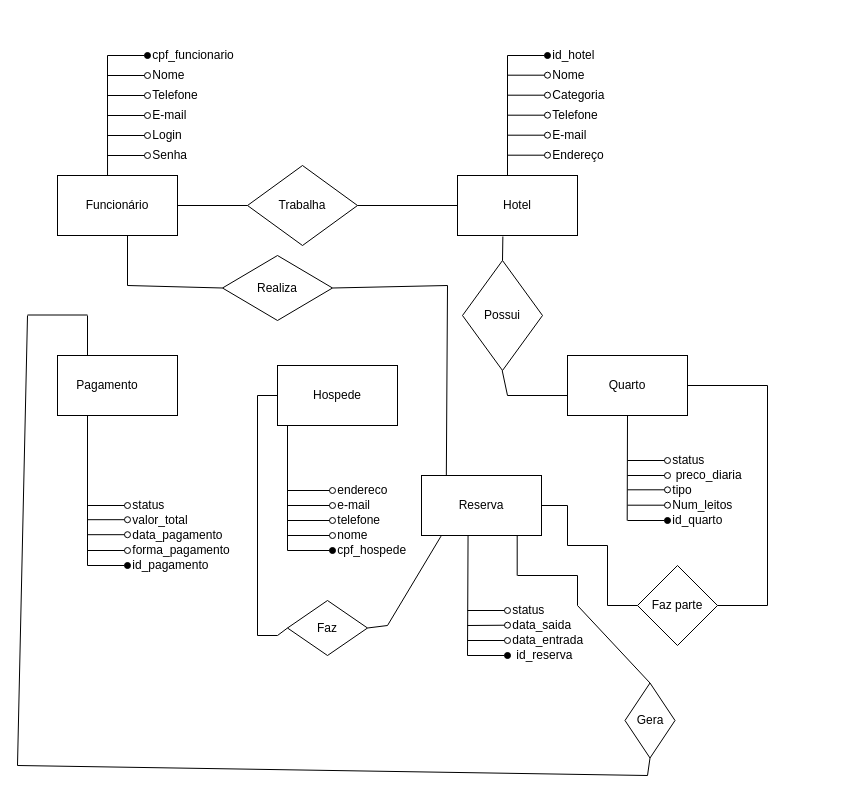
Above: trabalho_banco_de_dados.drawio in Daniells1/uninter_banco_de_dados (draw.io), before the change. Source tidied: cells renumbered, new cells numbered last; positions are measured from the earlier drawing's top-left corner, leaving out a move shared by most shapes. Both pictures are drawn from the tidied source at 100%, with x=0, y=0 at pixel (17, 40).
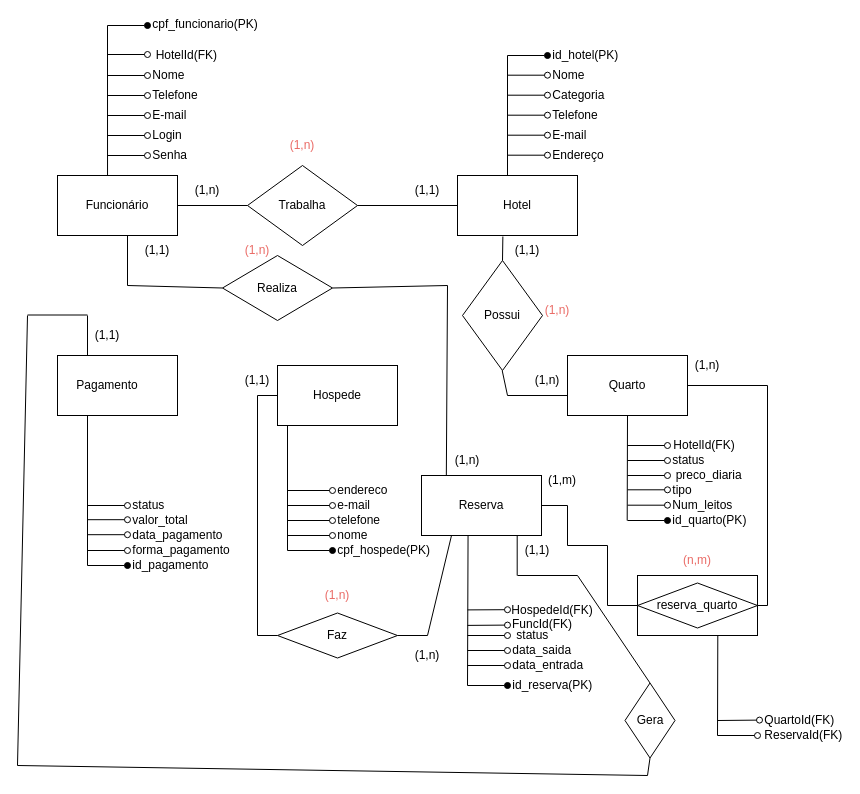
The same diagram, later.

Unchanged cells that the change refers to:
```xml
<mxCell id="2" style="rounded=0;whiteSpace=wrap;html=1;" parent="1" vertex="1">
  <mxGeometry x="40" y="135" width="120" height="60" as="geometry" />
</mxCell>
<mxCell id="40" style="rounded=0;whiteSpace=wrap;html=1;" parent="1" vertex="1">
  <mxGeometry x="404" y="435" width="120" height="60" as="geometry" />
</mxCell>
<mxCell id="113" style="rhombus;whiteSpace=wrap;html=1;rotation=-90;direction=south;" parent="1" vertex="1">
  <mxGeometry x="595" y="655" width="75" height="50" as="geometry" />
</mxCell>
```

The edit, as a diff of the source:
```diff
@@
-    <mxCell id="4" style="endArrow=oval;html=1;rounded=0;endFill=1;align=center;" parent="1" edge="1" target="9">
+    <mxCell id="4" style="endArrow=oval;html=1;rounded=0;endFill=1;align=center;" parent="1" edge="1">
       <mxGeometry relative="1" as="geometry">
-        <mxPoint x="90" y="15" as="sourcePoint" />
+        <mxPoint x="90" y="-15" as="sourcePoint" />
+        <mxPoint x="130" y="-15" as="targetPoint" />
       </mxGeometry>
     </mxCell>
@@
-    <mxCell id="9" value="&amp;nbsp;cpf_funcionario" style="text;html=1;align=left;verticalAlign=middle;whiteSpace=wrap;rounded=0;" parent="1" vertex="1">
-      <mxGeometry x="130" width="110" height="30" as="geometry" />
+    <mxCell id="9" value="&amp;nbsp;cpf_funcionario(PK)" style="text;html=1;align=left;verticalAlign=middle;whiteSpace=wrap;rounded=0;" parent="1" vertex="1">
+      <mxGeometry x="130" y="-21" width="110" height="10" as="geometry" />
     </mxCell>
@@
     <mxCell id="14" style="endArrow=none;html=1;exitX=0.417;exitY=0;exitDx=0;exitDy=0;exitPerimeter=0;" parent="1" edge="1" source="2">
       <mxGeometry relative="1" as="geometry">
-        <mxPoint x="90" y="15" as="targetPoint" />
+        <mxPoint x="90" y="-15" as="targetPoint" />
       </mxGeometry>
     </mxCell>
@@
-    <mxCell id="30" value="&amp;nbsp;id_hotel" style="text;html=1;align=left;verticalAlign=middle;whiteSpace=wrap;rounded=0;" parent="1" vertex="1">
+    <mxCell id="30" value="&amp;nbsp;id_hotel(PK)" style="text;html=1;align=left;verticalAlign=middle;whiteSpace=wrap;rounded=0;" parent="1" vertex="1">
       <mxGeometry x="530" width="60" height="30" as="geometry" />
     </mxCell>
@@
     <mxCell id="45" style="endArrow=oval;html=1;rounded=0;endFill=1;align=center;" parent="1" edge="1">
       <mxGeometry relative="1" as="geometry">
-        <mxPoint x="450" y="615" as="sourcePoint" />
-        <mxPoint x="490" y="615" as="targetPoint" />
+        <mxPoint x="450" y="645" as="sourcePoint" />
+        <mxPoint x="490" y="645" as="targetPoint" />
       </mxGeometry>
     </mxCell>
@@
-    <mxCell id="52" value="&amp;nbsp;id_quarto" style="text;html=1;align=left;verticalAlign=middle;whiteSpace=wrap;rounded=0;" parent="1" vertex="1">
+    <mxCell id="52" value="&amp;nbsp;id_quarto(PK)" style="text;html=1;align=left;verticalAlign=middle;whiteSpace=wrap;rounded=0;" parent="1" vertex="1">
       <mxGeometry x="650" y="465" width="60" height="30" as="geometry" />
     </mxCell>
@@
-    <mxCell id="67" value="&amp;nbsp;cpf_hospede" style="text;html=1;align=left;verticalAlign=middle;whiteSpace=wrap;rounded=0;" parent="1" vertex="1">
+    <mxCell id="67" value="&amp;nbsp;cpf_hospede(PK)" style="text;html=1;align=left;verticalAlign=middle;whiteSpace=wrap;rounded=0;" parent="1" vertex="1">
       <mxGeometry x="315" y="495" width="60" height="30" as="geometry" />
     </mxCell>
@@
-    <mxCell id="76" value="&amp;nbsp;id_reserva" style="text;html=1;align=left;verticalAlign=middle;whiteSpace=wrap;rounded=0;" parent="1" vertex="1">
-      <mxGeometry x="494" y="600" width="60" height="30" as="geometry" />
+    <mxCell id="76" value="&amp;nbsp;id_reserva(PK)" style="text;html=1;align=left;verticalAlign=middle;whiteSpace=wrap;rounded=0;" parent="1" vertex="1">
+      <mxGeometry x="490" y="630" width="60" height="30" as="geometry" />
     </mxCell>
     <mxCell id="77" style="endArrow=oval;html=1;rounded=0;endFill=0;" parent="1" edge="1">
       <mxGeometry relative="1" as="geometry">
-        <mxPoint x="450" y="600" as="sourcePoint" />
-        <mxPoint x="490" y="600" as="targetPoint" />
+        <mxPoint x="450" y="625" as="sourcePoint" />
+        <mxPoint x="490" y="625" as="targetPoint" />
       </mxGeometry>
     </mxCell>
     <mxCell id="78" value="&amp;nbsp;data_entrada" style="text;html=1;align=left;verticalAlign=middle;whiteSpace=wrap;rounded=0;" parent="1" vertex="1">
-      <mxGeometry x="490" y="585" width="60" height="30" as="geometry" />
+      <mxGeometry x="490" y="610" width="60" height="30" as="geometry" />
     </mxCell>
     <mxCell id="79" style="endArrow=oval;html=1;rounded=0;endFill=0;" parent="1" edge="1">
       <mxGeometry relative="1" as="geometry">
-        <mxPoint x="450" y="585" as="sourcePoint" />
-        <mxPoint x="490" y="584.7" as="targetPoint" />
+        <mxPoint x="450" y="584.9" as="sourcePoint" />
+        <mxPoint x="490" y="584.6" as="targetPoint" />
       </mxGeometry>
     </mxCell>
     <mxCell id="80" value="&amp;nbsp;data_saida" style="text;html=1;align=left;verticalAlign=middle;whiteSpace=wrap;rounded=0;" parent="1" vertex="1">
-      <mxGeometry x="490" y="570" width="60" height="30" as="geometry" />
+      <mxGeometry x="490" y="595" width="60" height="30" as="geometry" />
     </mxCell>
     <mxCell id="81" style="endArrow=oval;html=1;rounded=0;endFill=0;" parent="1" edge="1">
       <mxGeometry relative="1" as="geometry">
-        <mxPoint x="450" y="570" as="sourcePoint" />
-        <mxPoint x="490" y="570" as="targetPoint" />
+        <mxPoint x="450" y="595" as="sourcePoint" />
+        <mxPoint x="490" y="595" as="targetPoint" />
       </mxGeometry>
     </mxCell>
     <mxCell id="82" value="&amp;nbsp;status" style="text;html=1;align=left;verticalAlign=middle;whiteSpace=wrap;rounded=0;" parent="1" vertex="1">
-      <mxGeometry x="490" y="555" width="60" height="30" as="geometry" />
+      <mxGeometry x="494" y="580" width="60" height="30" as="geometry" />
     </mxCell>
     <mxCell id="83" style="endArrow=none;html=1;entryX=0.388;entryY=1.006;entryDx=0;entryDy=0;entryPerimeter=0;" parent="1" edge="1" target="40">
       <mxGeometry relative="1" as="geometry">
-        <mxPoint x="450" y="615" as="sourcePoint" />
+        <mxPoint x="450" y="645" as="sourcePoint" />
       </mxGeometry>
     </mxCell>
@@
-    <mxCell id="95" value="Faz parte" style="rhombus;whiteSpace=wrap;html=1;" parent="1" vertex="1">
-      <mxGeometry x="620" y="525" width="80" height="80" as="geometry" />
-    </mxCell>
@@
-    <mxCell id="98" style="endArrow=none;html=1;exitX=1;exitY=0.5;exitDx=0;exitDy=0;" parent="1" edge="1" source="95">
+    <mxCell id="98" style="endArrow=none;html=1;exitX=1;exitY=0.5;exitDx=0;exitDy=0;" parent="1" edge="1" source="144">
       <mxGeometry relative="1" as="geometry">
         <mxPoint x="750" y="565" as="targetPoint" />
       </mxGeometry>
     </mxCell>
@@
-    <mxCell id="106" value="Faz" style="rhombus;whiteSpace=wrap;html=1;" parent="1" vertex="1">
-      <mxGeometry x="270" y="560" width="80" height="55" as="geometry" />
-    </mxCell>
@@
-    <mxCell id="110" style="endArrow=none;html=1;entryX=0;entryY=0.5;entryDx=0;entryDy=0;" parent="1" edge="1" target="106">
-      <mxGeometry relative="1" as="geometry">
-        <mxPoint x="260" y="595" as="sourcePoint" />
-      </mxGeometry>
-    </mxCell>
-    <mxCell id="111" style="endArrow=none;html=1;exitX=1;exitY=0.5;exitDx=0;exitDy=0;" parent="1" edge="1" source="106">
-      <mxGeometry relative="1" as="geometry">
-        <mxPoint x="370" y="585" as="targetPoint" />
-      </mxGeometry>
-    </mxCell>
-    <mxCell id="112" style="endArrow=none;html=1;entryX=0.163;entryY=1.01;entryDx=0;entryDy=0;entryPerimeter=0;" parent="1" edge="1" target="40">
-      <mxGeometry relative="1" as="geometry">
-        <mxPoint x="370" y="585" as="sourcePoint" />
-      </mxGeometry>
-    </mxCell>
@@
-    <mxCell id="116" style="endArrow=none;html=1;" parent="1" edge="1">
-      <mxGeometry relative="1" as="geometry">
-        <mxPoint x="560" y="565" as="sourcePoint" />
-        <mxPoint x="560" y="535" as="targetPoint" />
-      </mxGeometry>
-    </mxCell>
-    <mxCell id="117" style="endArrow=none;html=1;exitX=0.5;exitY=0;exitDx=0;exitDy=0;" parent="1" edge="1" source="113">
-      <mxGeometry relative="1" as="geometry">
-        <mxPoint x="560" y="565" as="targetPoint" />
-      </mxGeometry>
-    </mxCell>
@@
+    <mxCell id="124" value="(1,n)" style="text;html=1;align=center;verticalAlign=middle;whiteSpace=wrap;rounded=0;" parent="1" vertex="1">
+      <mxGeometry x="380" y="600" width="60" height="30" as="geometry" />
+    </mxCell>
+    <mxCell id="125" value="(1,1)" style="text;html=1;align=center;verticalAlign=middle;whiteSpace=wrap;rounded=0;" parent="1" vertex="1">
+      <mxGeometry x="210" y="325" width="60" height="30" as="geometry" />
+    </mxCell>
+    <mxCell id="126" style="rhombus;whiteSpace=wrap;html=1;" parent="1" vertex="1">
+      <mxGeometry x="260" y="572.5" width="120" height="45" as="geometry" />
+    </mxCell>
+    <mxCell id="106" value="Faz" style="text;html=1;align=center;verticalAlign=middle;whiteSpace=wrap;rounded=0;" parent="1" vertex="1">
+      <mxGeometry x="290" y="580" width="60" height="30" as="geometry" />
+    </mxCell>
+    <mxCell id="127" style="endArrow=none;html=1;exitX=1;exitY=0.5;exitDx=0;exitDy=0;" parent="1" edge="1" source="126">
+      <mxGeometry relative="1" as="geometry">
+        <mxPoint x="410" y="595" as="targetPoint" />
+      </mxGeometry>
+    </mxCell>
+    <mxCell id="128" style="endArrow=none;html=1;entryX=0.25;entryY=1;entryDx=0;entryDy=0;" parent="1" edge="1" target="40">
+      <mxGeometry relative="1" as="geometry">
+        <mxPoint x="410" y="595" as="sourcePoint" />
+      </mxGeometry>
+    </mxCell>
+    <mxCell id="129" value="(1,n)" style="text;html=1;align=center;verticalAlign=middle;whiteSpace=wrap;rounded=0;fontColor=#EA6B66;" parent="1" vertex="1">
+      <mxGeometry x="290" y="540" width="60" height="30" as="geometry" />
+    </mxCell>
+    <mxCell id="130" value="(1,1)" style="text;html=1;align=center;verticalAlign=middle;whiteSpace=wrap;rounded=0;" parent="1" vertex="1">
+      <mxGeometry x="490" y="495" width="60" height="30" as="geometry" />
+    </mxCell>
+    <mxCell id="131" value="(1,1)" style="text;html=1;align=center;verticalAlign=middle;whiteSpace=wrap;rounded=0;" parent="1" vertex="1">
+      <mxGeometry x="60" y="280" width="60" height="30" as="geometry" />
+    </mxCell>
+    <mxCell id="132" value="(1,n)" style="text;html=1;align=center;verticalAlign=middle;whiteSpace=wrap;rounded=0;" parent="1" vertex="1">
+      <mxGeometry x="160" y="135" width="60" height="30" as="geometry" />
+    </mxCell>
+    <mxCell id="133" value="(1,1)" style="text;html=1;align=center;verticalAlign=middle;whiteSpace=wrap;rounded=0;" parent="1" vertex="1">
+      <mxGeometry x="380" y="135" width="60" height="30" as="geometry" />
+    </mxCell>
+    <mxCell id="134" value="(1,1)" style="text;html=1;align=center;verticalAlign=middle;whiteSpace=wrap;rounded=0;" parent="1" vertex="1">
+      <mxGeometry x="110" y="195" width="60" height="30" as="geometry" />
+    </mxCell>
+    <mxCell id="135" value="(1,n)" style="text;html=1;align=center;verticalAlign=middle;whiteSpace=wrap;rounded=0;" parent="1" vertex="1">
+      <mxGeometry x="420" y="405" width="60" height="30" as="geometry" />
+    </mxCell>
+    <mxCell id="136" value="(1,n)" style="text;html=1;align=center;verticalAlign=middle;whiteSpace=wrap;rounded=0;fontColor=#EA6B66;" parent="1" vertex="1">
+      <mxGeometry x="210" y="195" width="60" height="30" as="geometry" />
+    </mxCell>
+    <mxCell id="137" value="(1,1)" style="text;html=1;align=center;verticalAlign=middle;whiteSpace=wrap;rounded=0;" parent="1" vertex="1">
+      <mxGeometry x="480" y="195" width="60" height="30" as="geometry" />
+    </mxCell>
+    <mxCell id="138" value="(1,n)" style="text;html=1;align=center;verticalAlign=middle;whiteSpace=wrap;rounded=0;" parent="1" vertex="1">
+      <mxGeometry x="500" y="325" width="60" height="30" as="geometry" />
+    </mxCell>
+    <mxCell id="139" value="(1,n)" style="text;html=1;align=center;verticalAlign=middle;whiteSpace=wrap;rounded=0;fontColor=#EA6B66;" parent="1" vertex="1">
+      <mxGeometry x="255" y="90" width="60" height="30" as="geometry" />
+    </mxCell>
+    <mxCell id="140" value="(1,n)" style="text;html=1;align=center;verticalAlign=middle;whiteSpace=wrap;rounded=0;fontColor=#EA6B66;" parent="1" vertex="1">
+      <mxGeometry x="510" y="255" width="60" height="30" as="geometry" />
+    </mxCell>
+    <mxCell id="141" value="(1,m)" style="text;html=1;align=center;verticalAlign=middle;whiteSpace=wrap;rounded=0;" parent="1" vertex="1">
+      <mxGeometry x="515" y="425" width="60" height="30" as="geometry" />
+    </mxCell>
+    <mxCell id="142" value="(1,n)" style="text;html=1;align=center;verticalAlign=middle;whiteSpace=wrap;rounded=0;" parent="1" vertex="1">
+      <mxGeometry x="660" y="310" width="60" height="30" as="geometry" />
+    </mxCell>
+    <mxCell id="143" value="(n,m)" style="text;html=1;align=center;verticalAlign=middle;whiteSpace=wrap;rounded=0;fontColor=#EA6B66;" parent="1" vertex="1">
+      <mxGeometry x="650" y="505" width="60" height="30" as="geometry" />
+    </mxCell>
+    <mxCell id="144" style="rounded=0;whiteSpace=wrap;html=1;" parent="1" vertex="1">
+      <mxGeometry x="620" y="535" width="120" height="60" as="geometry" />
+    </mxCell>
+    <mxCell id="145" value="reserva_quarto" style="rhombus;whiteSpace=wrap;html=1;" parent="1" vertex="1">
+      <mxGeometry x="620" y="542.5" width="120" height="45" as="geometry" />
+    </mxCell>
+    <mxCell id="146" style="endArrow=none;html=1;entryX=0.5;entryY=1;entryDx=0;entryDy=0;" parent="1" edge="1">
+      <mxGeometry relative="1" as="geometry">
+        <mxPoint x="700" y="695" as="sourcePoint" />
+        <mxPoint x="700.3" y="595" as="targetPoint" />
+      </mxGeometry>
+    </mxCell>
+    <mxCell id="147" style="endArrow=oval;html=1;rounded=0;endFill=0;" parent="1" edge="1">
+      <mxGeometry relative="1" as="geometry">
+        <mxPoint x="700" y="695" as="sourcePoint" />
+        <mxPoint x="740" y="695" as="targetPoint" />
+      </mxGeometry>
+    </mxCell>
+    <mxCell id="148" value="&amp;nbsp;ReservaId(FK)" style="text;html=1;align=left;verticalAlign=middle;whiteSpace=wrap;rounded=0;" parent="1" vertex="1">
+      <mxGeometry x="742" y="685" width="60" height="20" as="geometry" />
+    </mxCell>
+    <mxCell id="149" style="endArrow=oval;html=1;rounded=0;endFill=0;" parent="1" edge="1">
+      <mxGeometry relative="1" as="geometry">
+        <mxPoint x="700" y="680" as="sourcePoint" />
+        <mxPoint x="742" y="679.6" as="targetPoint" />
+      </mxGeometry>
+    </mxCell>
+    <mxCell id="150" value="&amp;nbsp;QuartoId(FK)" style="text;html=1;align=left;verticalAlign=middle;whiteSpace=wrap;rounded=0;" parent="1" vertex="1">
+      <mxGeometry x="742" y="670" width="60" height="20" as="geometry" />
+    </mxCell>
+    <mxCell id="151" style="endArrow=oval;html=1;rounded=0;endFill=0;" parent="1" edge="1">
+      <mxGeometry relative="1" as="geometry">
+        <mxPoint x="610" y="405" as="sourcePoint" />
+        <mxPoint x="650" y="405" as="targetPoint" />
+      </mxGeometry>
+    </mxCell>
+    <mxCell id="152" value="&amp;nbsp;HotelId(FK)" style="text;html=1;align=left;verticalAlign=middle;whiteSpace=wrap;rounded=0;" parent="1" vertex="1">
+      <mxGeometry x="651" y="390" width="80" height="30" as="geometry" />
+    </mxCell>
+    <mxCell id="153" style="endArrow=oval;html=1;rounded=0;endFill=0;" parent="1" edge="1">
+      <mxGeometry relative="1" as="geometry">
+        <mxPoint x="450" y="610" as="sourcePoint" />
+        <mxPoint x="490" y="610" as="targetPoint" />
+      </mxGeometry>
+    </mxCell>
+    <mxCell id="154" value="FuncId(FK)" style="text;whiteSpace=wrap;html=1;" parent="1" vertex="1">
+      <mxGeometry x="492.5" y="570" width="65" height="30" as="geometry" />
+    </mxCell>
+    <mxCell id="155" style="endArrow=none;html=1;entryX=0.5;entryY=0;entryDx=0;entryDy=0;" parent="1" edge="1" target="113">
+      <mxGeometry relative="1" as="geometry">
+        <mxPoint x="560" y="535" as="sourcePoint" />
+      </mxGeometry>
+    </mxCell>
+    <mxCell id="156" value="HospedeId(FK)" style="text;html=1;align=center;verticalAlign=middle;whiteSpace=wrap;rounded=0;" parent="1" vertex="1">
+      <mxGeometry x="500" y="565" width="70" height="10" as="geometry" />
+    </mxCell>
+    <mxCell id="157" style="endArrow=oval;html=1;rounded=0;endFill=0;" parent="1" edge="1">
+      <mxGeometry relative="1" as="geometry">
+        <mxPoint x="450" y="569.4" as="sourcePoint" />
+        <mxPoint x="490" y="569.2" as="targetPoint" />
+      </mxGeometry>
+    </mxCell>
+    <mxCell id="158" style="endArrow=oval;html=1;rounded=0;endFill=0;" parent="1" edge="1">
+      <mxGeometry relative="1" as="geometry">
+        <mxPoint x="90" y="14" as="sourcePoint" />
+        <mxPoint x="130" y="14" as="targetPoint" />
+      </mxGeometry>
+    </mxCell>
+    <mxCell id="159" value="&amp;nbsp; HotelId(FK)" style="text;html=1;align=left;verticalAlign=middle;whiteSpace=wrap;rounded=0;" parent="1" vertex="1">
+      <mxGeometry x="130" y="5" width="80" height="20" as="geometry" />
+    </mxCell>
```
